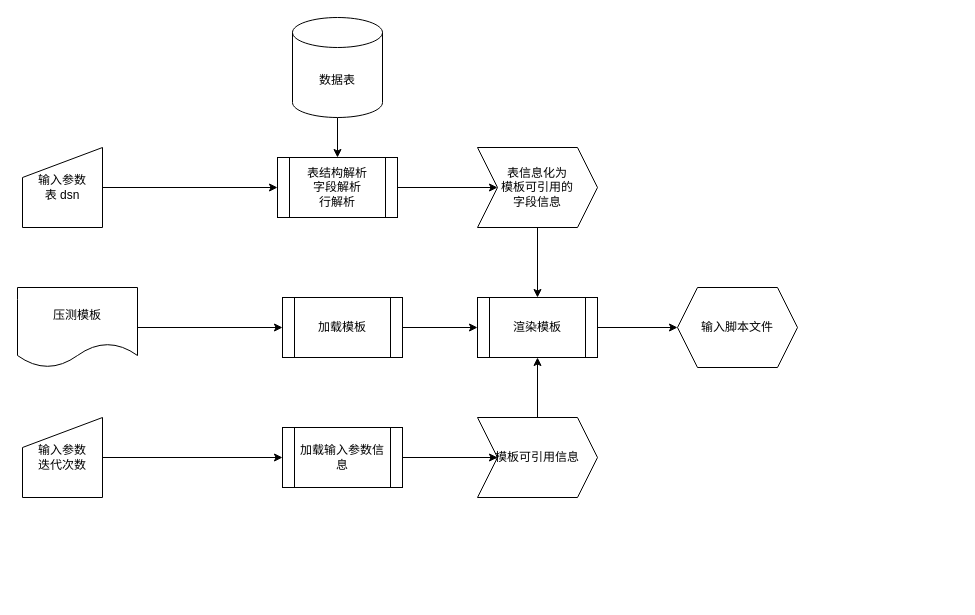
Kolo7/bench-tpl keeps this draw.io diagram as design/设计图.drawio. Above is the earlier version. Source tidied: cells renumbered, new cells numbered last; positions are measured from the earlier drawing's top-left corner, leaving out a move shared by most shapes. Both pictures are drawn from the tidied source at 100%, with x=0, y=0 at pixel (17, 17).
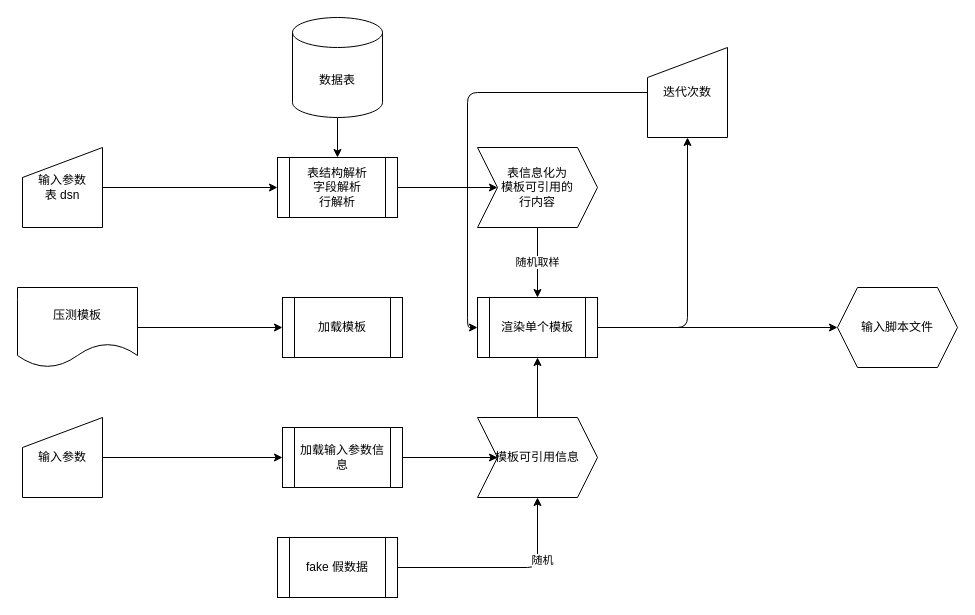
After the change.

The change refers to these unchanged cells:
```xml
<mxCell id="13" value="加载模板" style="shape=process;whiteSpace=wrap;html=1;backgroundOutline=1;" parent="1" vertex="1">
  <mxGeometry x="265" y="280" width="120" height="60" as="geometry" />
</mxCell>
<mxCell id="19" value="模板可引用信息" style="shape=step;perimeter=stepPerimeter;whiteSpace=wrap;html=1;fixedSize=1;" parent="1" vertex="1">
  <mxGeometry x="460" y="400" width="120" height="80" as="geometry" />
</mxCell>
```

Diff of the diagram source:
```diff
@@
-    <mxCell id="9" value="输入参数&lt;br&gt;迭代次数&lt;br&gt;" style="shape=manualInput;whiteSpace=wrap;html=1;" parent="1" vertex="1">
+    <mxCell id="9" value="输入参数" style="shape=manualInput;whiteSpace=wrap;html=1;" parent="1" vertex="1">
       <mxGeometry x="5" y="400" width="80" height="80" as="geometry" />
     </mxCell>
-    <mxCell id="10" style="edgeStyle=none;html=1;entryX=0.5;entryY=0;entryDx=0;entryDy=0;" parent="1" edge="1" source="11" target="15">
+    <mxCell id="10" value="随机取样" style="edgeStyle=none;html=1;entryX=0.5;entryY=0;entryDx=0;entryDy=0;" parent="1" edge="1" source="11" target="15">
       <mxGeometry relative="1" as="geometry" />
     </mxCell>
-    <mxCell id="11" value="表信息化为&lt;br&gt;模板可引用的&lt;br&gt;字段信息" style="shape=step;perimeter=stepPerimeter;whiteSpace=wrap;html=1;fixedSize=1;" parent="1" vertex="1">
+    <mxCell id="11" value="表信息化为&lt;br&gt;模板可引用的&lt;br&gt;行内容" style="shape=step;perimeter=stepPerimeter;whiteSpace=wrap;html=1;fixedSize=1;" parent="1" vertex="1">
       <mxGeometry x="460" y="130" width="120" height="80" as="geometry" />
     </mxCell>
-    <mxCell id="12" style="edgeStyle=none;html=1;" parent="1" edge="1" source="13" target="15">
-      <mxGeometry relative="1" as="geometry" />
-    </mxCell>
@@
+    <mxCell id="23" style="edgeStyle=orthogonalEdgeStyle;rounded=1;html=1;entryX=0.5;entryY=1;entryDx=0;entryDy=0;" parent="1" edge="1" source="15" target="25">
+      <mxGeometry relative="1" as="geometry" />
+    </mxCell>
-    <mxCell id="14" style="edgeStyle=none;html=1;entryX=0;entryY=0.5;entryDx=0;entryDy=0;" parent="1" edge="1" source="15" target="20">
+    <mxCell id="14" style="edgeStyle=orthogonalEdgeStyle;rounded=1;html=1;entryX=0;entryY=0.5;entryDx=0;entryDy=0;" parent="1" edge="1" source="15" target="20">
       <mxGeometry relative="1" as="geometry" />
     </mxCell>
-    <mxCell id="15" value="渲染模板" style="shape=process;whiteSpace=wrap;html=1;backgroundOutline=1;" parent="1" vertex="1">
+    <mxCell id="15" value="渲染单个模板" style="shape=process;whiteSpace=wrap;html=1;backgroundOutline=1;" parent="1" vertex="1">
       <mxGeometry x="460" y="280" width="120" height="60" as="geometry" />
     </mxCell>
@@
-    <mxCell id="18" style="edgeStyle=none;html=1;entryX=0.5;entryY=1;entryDx=0;entryDy=0;" parent="1" edge="1" source="19" target="15">
+    <mxCell id="18" style="edgeStyle=orthogonalEdgeStyle;rounded=1;html=1;entryX=0.5;entryY=1;entryDx=0;entryDy=0;" parent="1" edge="1" source="19" target="15">
       <mxGeometry relative="1" as="geometry" />
     </mxCell>
@@
     <mxCell id="20" value="输入脚本文件" style="shape=hexagon;perimeter=hexagonPerimeter2;whiteSpace=wrap;html=1;fixedSize=1;" parent="1" vertex="1">
-      <mxGeometry x="660" y="270" width="120" height="80" as="geometry" />
+      <mxGeometry x="820" y="270" width="120" height="80" as="geometry" />
     </mxCell>
@@
+    <mxCell id="24" style="edgeStyle=orthogonalEdgeStyle;rounded=1;html=1;entryX=0;entryY=0.5;entryDx=0;entryDy=0;" parent="1" edge="1" source="25" target="15">
+      <mxGeometry relative="1" as="geometry" />
+    </mxCell>
+    <mxCell id="25" value="迭代次数" style="shape=manualInput;whiteSpace=wrap;html=1;" parent="1" vertex="1">
+      <mxGeometry x="630" y="30" width="80" height="90" as="geometry" />
+    </mxCell>
+    <mxCell id="26" style="edgeStyle=orthogonalEdgeStyle;html=1;entryX=0.5;entryY=1;entryDx=0;entryDy=0;rounded=1;" parent="1" edge="1" source="28" target="19">
+      <mxGeometry relative="1" as="geometry" />
+    </mxCell>
+    <mxCell id="27" value="随机" style="edgeLabel;html=1;align=center;verticalAlign=middle;" parent="26" vertex="1">
+      <mxGeometry x="0.41" y="-4" relative="1" as="geometry" />
+    </mxCell>
+    <mxCell id="28" value="fake 假数据" style="shape=process;whiteSpace=wrap;html=1;backgroundOutline=1;" parent="1" vertex="1">
+      <mxGeometry x="260" y="520" width="120" height="60" as="geometry" />
+    </mxCell>
```
